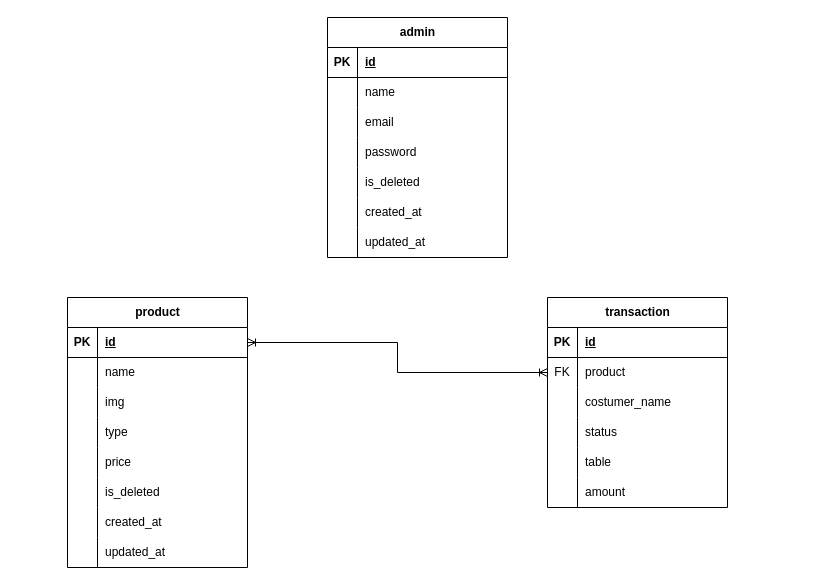
This is andromeda-coffee.drawio from rrahmatn/dfd_erd_uml, a draw.io file, before an edit. Source tidied: cells renumbered, new cells numbered last; positions are measured from the earlier drawing's top-left corner, leaving out a move shared by most shapes. Both pictures are drawn from the tidied source at 100%, with x=0, y=0 at pixel (67, 17).
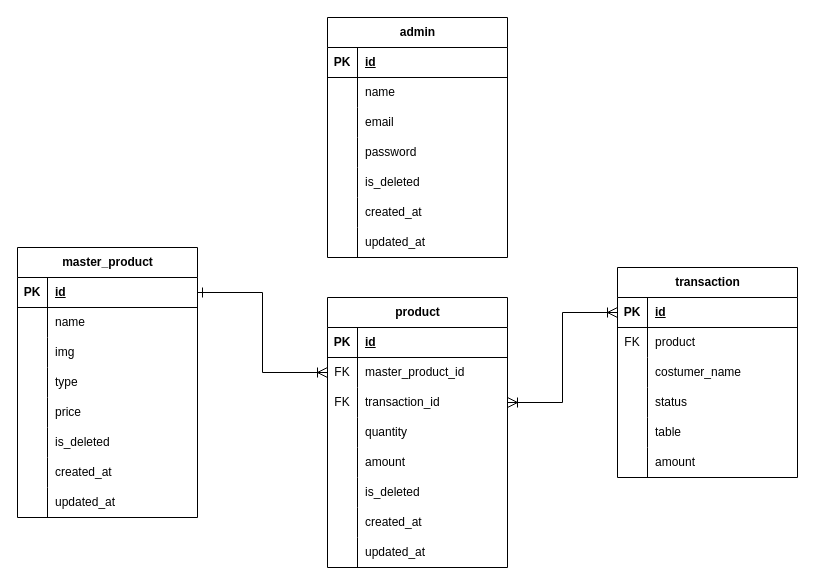
After the change.

Unchanged cells that the change refers to:
```xml
<mxCell id="25" style="shape=tableRow;horizontal=0;startSize=0;swimlaneHead=0;swimlaneBody=0;fillColor=none;points=[[0,0.5],[1,0.5]];portConstraint=eastwest;top=0;left=0;right=0;bottom=1;" parent="24" vertex="1">
  <mxGeometry y="30" width="180" height="30" as="geometry" />
</mxCell>
<mxCell id="50" style="shape=tableRow;horizontal=0;startSize=0;swimlaneHead=0;swimlaneBody=0;fillColor=none;points=[[0,0.5],[1,0.5]];portConstraint=eastwest;top=0;left=0;right=0;bottom=1;" parent="49" vertex="1">
  <mxGeometry y="30" width="180" height="30" as="geometry" />
</mxCell>
<mxCell id="53" style="shape=tableRow;horizontal=0;startSize=0;swimlaneHead=0;swimlaneBody=0;fillColor=none;points=[[0,0.5],[1,0.5]];portConstraint=eastwest;top=0;left=0;right=0;bottom=0;" parent="49" vertex="1">
  <mxGeometry y="60" width="180" height="30" as="geometry" />
</mxCell>
```

Change to the diagram source:
```diff
@@
-    <mxCell id="24" value="product" style="shape=table;startSize=30;childLayout=tableLayout;rowLines=0;fontStyle=1;align=center;html=1;" parent="1" vertex="1">
-      <mxGeometry y="280" width="180" height="270" as="geometry" />
+    <mxCell id="24" value="master_product" style="shape=table;startSize=30;childLayout=tableLayout;rowLines=0;fontStyle=1;align=center;html=1;" parent="1" vertex="1">
+      <mxGeometry x="-50" y="230" width="180" height="270" as="geometry" />
     </mxCell>
@@
     <mxCell id="49" value="transaction" style="shape=table;startSize=30;childLayout=tableLayout;rowLines=0;fontStyle=1;align=center;html=1;" parent="1" vertex="1">
-      <mxGeometry x="480" y="280" width="180" height="210" as="geometry" />
+      <mxGeometry x="550" y="250" width="180" height="210" as="geometry" />
     </mxCell>
@@
-    <mxCell id="68" style="edgeStyle=orthogonalEdgeStyle;rounded=0;jettySize=auto;html=1;exitX=1;exitY=0.5;exitDx=0;exitDy=0;entryX=0;entryY=0.5;entryDx=0;entryDy=0;endArrow=ERoneToMany;endFill=0;startArrow=ERoneToMany;startFill=0;" parent="1" edge="1" source="25" target="53">
-      <mxGeometry relative="1" as="geometry" />
-    </mxCell>
+    <mxCell id="69" value="product" style="shape=table;startSize=30;childLayout=tableLayout;rowLines=0;fontStyle=1;align=center;html=1;" parent="1" vertex="1">
+      <mxGeometry x="260" y="280" width="180" height="270" as="geometry" />
+    </mxCell>
+    <mxCell id="70" style="shape=tableRow;horizontal=0;startSize=0;swimlaneHead=0;swimlaneBody=0;fillColor=none;top=0;left=0;right=0;bottom=1;" parent="69" vertex="1">
+      <mxGeometry y="30" width="180" height="30" as="geometry" />
+    </mxCell>
+    <mxCell id="71" value="PK" style="shape=partialRectangle;fillColor=none;top=0;left=0;bottom=0;right=0;fontStyle=1;overflow=hidden;whiteSpace=wrap;html=1;" parent="70" vertex="1">
+      <mxGeometry width="30" height="30" as="geometry" />
+    </mxCell>
+    <mxCell id="72" value="id" style="shape=partialRectangle;fillColor=none;top=0;left=0;bottom=0;right=0;align=left;spacingLeft=6;fontStyle=5;overflow=hidden;whiteSpace=wrap;html=1;" parent="70" vertex="1">
+      <mxGeometry x="30" width="150" height="30" as="geometry" />
+    </mxCell>
+    <mxCell id="73" style="shape=tableRow;horizontal=0;startSize=0;swimlaneHead=0;swimlaneBody=0;fillColor=none;points=[[0,0.5],[1,0.5]];portConstraint=eastwest;top=0;left=0;right=0;bottom=0;" parent="69" vertex="1">
+      <mxGeometry y="60" width="180" height="30" as="geometry" />
+    </mxCell>
+    <mxCell id="74" value="FK" style="shape=partialRectangle;fillColor=none;top=0;left=0;bottom=0;right=0;overflow=hidden;whiteSpace=wrap;html=1;" parent="73" vertex="1">
+      <mxGeometry width="30" height="30" as="geometry" />
+    </mxCell>
+    <mxCell id="75" value="master_product_id" style="shape=partialRectangle;fillColor=none;top=0;left=0;bottom=0;right=0;align=left;spacingLeft=6;overflow=hidden;whiteSpace=wrap;html=1;" parent="73" vertex="1">
+      <mxGeometry x="30" width="150" height="30" as="geometry" />
+    </mxCell>
+    <mxCell id="76" style="shape=tableRow;horizontal=0;startSize=0;swimlaneHead=0;swimlaneBody=0;fillColor=none;points=[[0,0.5],[1,0.5]];portConstraint=eastwest;top=0;left=0;right=0;bottom=0;" parent="69" vertex="1">
+      <mxGeometry y="90" width="180" height="30" as="geometry" />
+    </mxCell>
+    <mxCell id="77" value="FK" style="shape=partialRectangle;fillColor=none;top=0;left=0;bottom=0;right=0;overflow=hidden;whiteSpace=wrap;html=1;" parent="76" vertex="1">
+      <mxGeometry width="30" height="30" as="geometry" />
+    </mxCell>
+    <mxCell id="78" value="transaction_id" style="shape=partialRectangle;fillColor=none;top=0;left=0;bottom=0;right=0;align=left;spacingLeft=6;overflow=hidden;whiteSpace=wrap;html=1;" parent="76" vertex="1">
+      <mxGeometry x="30" width="150" height="30" as="geometry" />
+    </mxCell>
+    <mxCell id="79" style="shape=tableRow;horizontal=0;startSize=0;swimlaneHead=0;swimlaneBody=0;fillColor=none;top=0;left=0;right=0;bottom=0;" parent="69" vertex="1">
+      <mxGeometry y="120" width="180" height="30" as="geometry" />
+    </mxCell>
+    <mxCell id="80" style="shape=partialRectangle;fillColor=none;top=0;left=0;bottom=0;right=0;overflow=hidden;whiteSpace=wrap;html=1;" parent="79" vertex="1">
+      <mxGeometry width="30" height="30" as="geometry" />
+    </mxCell>
+    <mxCell id="81" value="quantity" style="shape=partialRectangle;fillColor=none;top=0;left=0;bottom=0;right=0;align=left;spacingLeft=6;overflow=hidden;whiteSpace=wrap;html=1;" parent="79" vertex="1">
+      <mxGeometry x="30" width="150" height="30" as="geometry" />
+    </mxCell>
+    <mxCell id="82" style="shape=tableRow;horizontal=0;startSize=0;swimlaneHead=0;swimlaneBody=0;fillColor=none;top=0;left=0;right=0;bottom=0;" parent="69" vertex="1">
+      <mxGeometry y="150" width="180" height="30" as="geometry" />
+    </mxCell>
+    <mxCell id="83" style="shape=partialRectangle;fillColor=none;top=0;left=0;bottom=0;right=0;overflow=hidden;whiteSpace=wrap;html=1;" parent="82" vertex="1">
+      <mxGeometry width="30" height="30" as="geometry" />
+    </mxCell>
+    <mxCell id="84" value="amount" style="shape=partialRectangle;fillColor=none;top=0;left=0;bottom=0;right=0;align=left;spacingLeft=6;overflow=hidden;whiteSpace=wrap;html=1;" parent="82" vertex="1">
+      <mxGeometry x="30" width="150" height="30" as="geometry" />
+    </mxCell>
+    <mxCell id="85" style="shape=tableRow;horizontal=0;startSize=0;swimlaneHead=0;swimlaneBody=0;fillColor=none;top=0;left=0;right=0;bottom=0;" parent="69" vertex="1">
+      <mxGeometry y="180" width="180" height="30" as="geometry" />
+    </mxCell>
+    <mxCell id="86" style="shape=partialRectangle;fillColor=none;top=0;left=0;bottom=0;right=0;overflow=hidden;whiteSpace=wrap;html=1;" parent="85" vertex="1">
+      <mxGeometry width="30" height="30" as="geometry" />
+    </mxCell>
+    <mxCell id="87" value="is_deleted" style="shape=partialRectangle;fillColor=none;top=0;left=0;bottom=0;right=0;align=left;spacingLeft=6;overflow=hidden;whiteSpace=wrap;html=1;" parent="85" vertex="1">
+      <mxGeometry x="30" width="150" height="30" as="geometry" />
+    </mxCell>
+    <mxCell id="88" style="shape=tableRow;horizontal=0;startSize=0;swimlaneHead=0;swimlaneBody=0;fillColor=none;top=0;left=0;right=0;bottom=0;" parent="69" vertex="1">
+      <mxGeometry y="210" width="180" height="30" as="geometry" />
+    </mxCell>
+    <mxCell id="89" style="shape=partialRectangle;fillColor=none;top=0;left=0;bottom=0;right=0;overflow=hidden;whiteSpace=wrap;html=1;" parent="88" vertex="1">
+      <mxGeometry width="30" height="30" as="geometry" />
+    </mxCell>
+    <mxCell id="90" value="created_at" style="shape=partialRectangle;fillColor=none;top=0;left=0;bottom=0;right=0;align=left;spacingLeft=6;overflow=hidden;whiteSpace=wrap;html=1;" parent="88" vertex="1">
+      <mxGeometry x="30" width="150" height="30" as="geometry" />
+    </mxCell>
+    <mxCell id="91" style="shape=tableRow;horizontal=0;startSize=0;swimlaneHead=0;swimlaneBody=0;fillColor=none;top=0;left=0;right=0;bottom=0;" parent="69" vertex="1">
+      <mxGeometry y="240" width="180" height="30" as="geometry" />
+    </mxCell>
+    <mxCell id="92" style="shape=partialRectangle;fillColor=none;top=0;left=0;bottom=0;right=0;overflow=hidden;whiteSpace=wrap;html=1;" parent="91" vertex="1">
+      <mxGeometry width="30" height="30" as="geometry" />
+    </mxCell>
+    <mxCell id="93" value="updated_at" style="shape=partialRectangle;fillColor=none;top=0;left=0;bottom=0;right=0;align=left;spacingLeft=6;overflow=hidden;whiteSpace=wrap;html=1;" parent="91" vertex="1">
+      <mxGeometry x="30" width="150" height="30" as="geometry" />
+    </mxCell>
+    <mxCell id="94" style="edgeStyle=orthogonalEdgeStyle;rounded=0;jettySize=auto;html=1;exitX=0;exitY=0.5;exitDx=0;exitDy=0;entryX=1;entryY=0.5;entryDx=0;entryDy=0;fontSize=12;startSize=8;endSize=8;endArrow=ERoneToMany;endFill=0;startArrow=ERoneToMany;startFill=0;" parent="1" edge="1" source="50" target="76">
+      <mxGeometry relative="1" as="geometry" />
+    </mxCell>
+    <mxCell id="95" style="edgeStyle=orthogonalEdgeStyle;rounded=0;jettySize=auto;html=1;entryX=0;entryY=0.5;entryDx=0;entryDy=0;fontSize=12;startSize=8;endSize=8;startArrow=ERone;startFill=0;endArrow=ERoneToMany;endFill=0;" parent="1" edge="1" source="25" target="73">
+      <mxGeometry relative="1" as="geometry" />
+    </mxCell>
```
